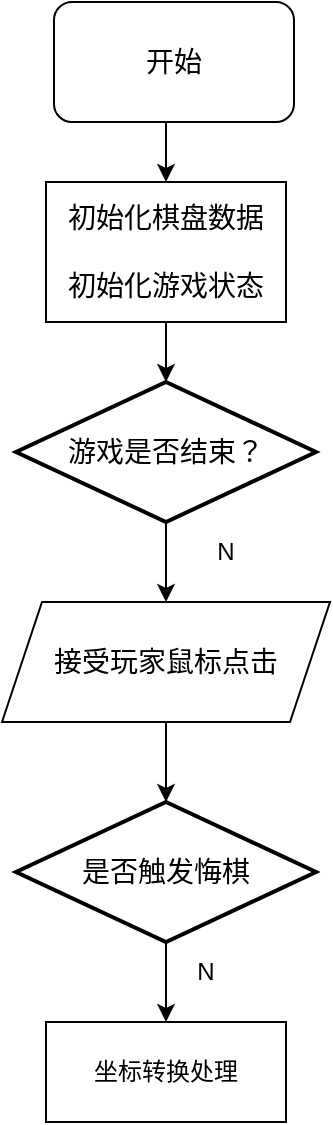
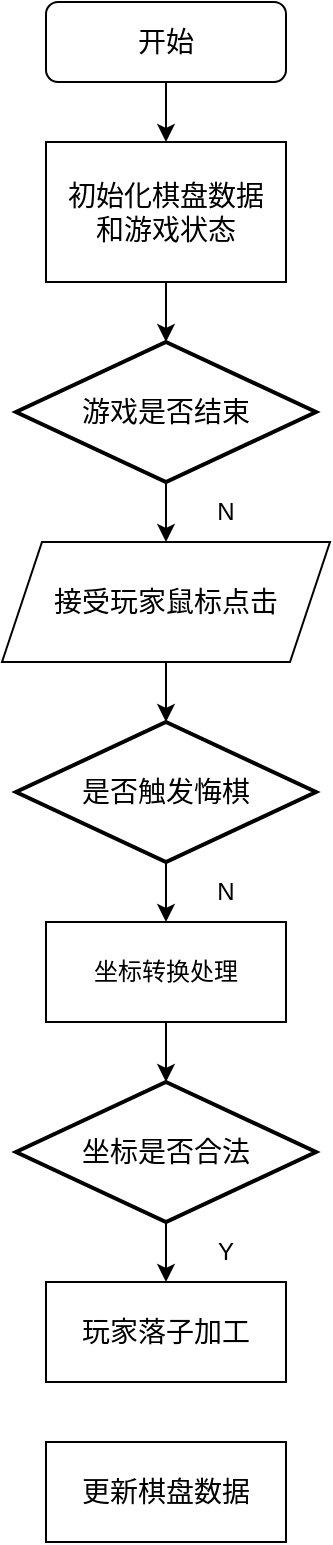
<mxfile host="app.diagrams.net">
  <diagram name="Page-1" id="Ut53iUmTTLsHKbGdxMO9">
    <mxGraphModel dx="2054" dy="1198" grid="1" gridSize="10" guides="1" tooltips="1" connect="1" arrows="1" fold="1" page="1" pageScale="1" pageWidth="827" pageHeight="1169" math="0" shadow="0">
      <root>
        <mxCell id="0" />
        <mxCell id="1" parent="0" />
        <mxCell id="LBzLqDpE-ghOYlSVNWWL-11" edge="1" parent="1" source="LBzLqDpE-ghOYlSVNWWL-4" style="edgeStyle=orthogonalEdgeStyle;rounded=0;orthogonalLoop=1;jettySize=auto;html=1;exitX=0.5;exitY=1;exitDx=0;exitDy=0;exitPerimeter=0;entryX=0.5;entryY=0;entryDx=0;entryDy=0;" target="LBzLqDpE-ghOYlSVNWWL-9">
          <mxGeometry relative="1" as="geometry" />
        </mxCell>
-         <mxCell id="LBzLqDpE-ghOYlSVNWWL-4" parent="1" style="strokeWidth=2;html=1;shape=mxgraph.flowchart.decision;whiteSpace=wrap;" value="&lt;font style=&quot;font-size: 14px;&quot;&gt;游戏是否结束？&lt;/font&gt;" vertex="1">
-           <mxGeometry height="70" width="150" x="215" y="210" as="geometry" />
+         <mxCell id="LBzLqDpE-ghOYlSVNWWL-4" parent="1" style="strokeWidth=2;html=1;shape=mxgraph.flowchart.decision;whiteSpace=wrap;" value="&lt;font style=&quot;font-size: 14px;&quot;&gt;游戏是否结束&lt;/font&gt;" vertex="1">
+           <mxGeometry height="70" width="150" x="219" y="180" as="geometry" />
        </mxCell>
        <mxCell id="LBzLqDpE-ghOYlSVNWWL-5" edge="1" parent="1" source="LBzLqDpE-ghOYlSVNWWL-6" style="edgeStyle=orthogonalEdgeStyle;rounded=0;orthogonalLoop=1;jettySize=auto;html=1;exitX=0.5;exitY=1;exitDx=0;exitDy=0;entryX=0.5;entryY=0;entryDx=0;entryDy=0;entryPerimeter=0;" target="LBzLqDpE-ghOYlSVNWWL-4">
          <mxGeometry relative="1" as="geometry">
            <mxPoint x="414" y="200" as="sourcePoint" />
          </mxGeometry>
        </mxCell>
-         <mxCell id="LBzLqDpE-ghOYlSVNWWL-6" parent="1" style="rounded=0;whiteSpace=wrap;html=1;" value="&lt;font style=&quot;font-size: 14px;&quot;&gt;初始化棋盘数据&lt;/font&gt;&lt;div&gt;&lt;font style=&quot;font-size: 14px;&quot;&gt;&lt;br&gt;&lt;/font&gt;&lt;/div&gt;&lt;div&gt;&lt;font style=&quot;font-size: 14px;&quot;&gt;初始化游戏状态&lt;/font&gt;&lt;/div&gt;" vertex="1">
-           <mxGeometry height="70" width="120" x="230" y="110" as="geometry" />
+         <mxCell id="LBzLqDpE-ghOYlSVNWWL-6" parent="1" style="rounded=0;whiteSpace=wrap;html=1;" value="&lt;font style=&quot;font-size: 14px;&quot;&gt;初始化棋盘数据&lt;/font&gt;&lt;div&gt;&lt;span style=&quot;font-size: 14px; background-color: transparent; color: light-dark(rgb(0, 0, 0), rgb(255, 255, 255));&quot;&gt;和游戏状态&lt;/span&gt;&lt;/div&gt;" vertex="1">
+           <mxGeometry height="70" width="120" x="234" y="80" as="geometry" />
        </mxCell>
        <mxCell id="LBzLqDpE-ghOYlSVNWWL-8" edge="1" parent="1" source="LBzLqDpE-ghOYlSVNWWL-7" style="edgeStyle=orthogonalEdgeStyle;rounded=0;orthogonalLoop=1;jettySize=auto;html=1;exitX=0.5;exitY=1;exitDx=0;exitDy=0;entryX=0.5;entryY=0;entryDx=0;entryDy=0;" target="LBzLqDpE-ghOYlSVNWWL-6">
          <mxGeometry relative="1" as="geometry" />
        </mxCell>
        <mxCell id="LBzLqDpE-ghOYlSVNWWL-7" parent="1" style="rounded=1;whiteSpace=wrap;html=1;" value="&lt;font style=&quot;font-size: 14px;&quot;&gt;开始&lt;/font&gt;" vertex="1">
-           <mxGeometry height="60" width="120" x="234" y="20" as="geometry" />
+           <mxGeometry height="40" width="120" x="234" y="10" as="geometry" />
        </mxCell>
        <mxCell id="LBzLqDpE-ghOYlSVNWWL-9" parent="1" style="shape=parallelogram;perimeter=parallelogramPerimeter;whiteSpace=wrap;html=1;fixedSize=1;" value="&lt;font style=&quot;font-size: 14px;&quot;&gt;接受玩家鼠标点击&lt;/font&gt;" vertex="1">
-           <mxGeometry height="60" width="164" x="208" y="320" as="geometry" />
+           <mxGeometry height="60" width="164" x="212" y="280" as="geometry" />
        </mxCell>
        <mxCell id="LBzLqDpE-ghOYlSVNWWL-12" parent="1" style="text;html=1;whiteSpace=wrap;strokeColor=none;fillColor=none;align=center;verticalAlign=middle;rounded=0;" value="N" vertex="1">
-           <mxGeometry height="30" width="60" x="290" y="280" as="geometry" />
+           <mxGeometry height="30" width="60" x="294" y="250" as="geometry" />
        </mxCell>
        <mxCell id="LBzLqDpE-ghOYlSVNWWL-16" edge="1" parent="1" source="LBzLqDpE-ghOYlSVNWWL-13" style="edgeStyle=orthogonalEdgeStyle;rounded=0;orthogonalLoop=1;jettySize=auto;html=1;exitX=0.5;exitY=1;exitDx=0;exitDy=0;exitPerimeter=0;entryX=0.5;entryY=0;entryDx=0;entryDy=0;" target="LBzLqDpE-ghOYlSVNWWL-15">
          <mxGeometry relative="1" as="geometry" />
        </mxCell>
        <mxCell id="LBzLqDpE-ghOYlSVNWWL-13" parent="1" style="strokeWidth=2;html=1;shape=mxgraph.flowchart.decision;whiteSpace=wrap;" value="&lt;font style=&quot;font-size: 14px;&quot;&gt;是否触发悔棋&lt;/font&gt;" vertex="1">
-           <mxGeometry height="70" width="150" x="215" y="420" as="geometry" />
+           <mxGeometry height="70" width="150" x="219" y="370" as="geometry" />
        </mxCell>
        <mxCell id="LBzLqDpE-ghOYlSVNWWL-14" edge="1" parent="1" source="LBzLqDpE-ghOYlSVNWWL-9" style="edgeStyle=orthogonalEdgeStyle;rounded=0;orthogonalLoop=1;jettySize=auto;html=1;exitX=0.5;exitY=1;exitDx=0;exitDy=0;entryX=0.5;entryY=0;entryDx=0;entryDy=0;entryPerimeter=0;" target="LBzLqDpE-ghOYlSVNWWL-13">
          <mxGeometry relative="1" as="geometry" />
        </mxCell>
        <mxCell id="LBzLqDpE-ghOYlSVNWWL-15" parent="1" style="rounded=0;whiteSpace=wrap;html=1;" value="坐标转换处理" vertex="1">
-           <mxGeometry height="50" width="120" x="230" y="530" as="geometry" />
+           <mxGeometry height="50" width="120" x="234" y="470" as="geometry" />
        </mxCell>
        <mxCell id="LBzLqDpE-ghOYlSVNWWL-17" parent="1" style="text;html=1;whiteSpace=wrap;strokeColor=none;fillColor=none;align=center;verticalAlign=middle;rounded=0;" value="N" vertex="1">
-           <mxGeometry height="30" width="60" x="280" y="490" as="geometry" />
+           <mxGeometry height="30" width="60" x="294" y="440" as="geometry" />
+         </mxCell>
+         <mxCell id="LBzLqDpE-ghOYlSVNWWL-22" edge="1" parent="1" source="LBzLqDpE-ghOYlSVNWWL-18" style="edgeStyle=orthogonalEdgeStyle;rounded=0;orthogonalLoop=1;jettySize=auto;html=1;exitX=0.5;exitY=1;exitDx=0;exitDy=0;exitPerimeter=0;entryX=0.5;entryY=0;entryDx=0;entryDy=0;" target="LBzLqDpE-ghOYlSVNWWL-21">
+           <mxGeometry relative="1" as="geometry" />
+         </mxCell>
+         <mxCell id="LBzLqDpE-ghOYlSVNWWL-18" parent="1" style="strokeWidth=2;html=1;shape=mxgraph.flowchart.decision;whiteSpace=wrap;" value="&lt;font style=&quot;font-size: 14px;&quot;&gt;坐标是否合法&lt;/font&gt;" vertex="1">
+           <mxGeometry height="70" width="150" x="219" y="550" as="geometry" />
+         </mxCell>
+         <mxCell id="LBzLqDpE-ghOYlSVNWWL-20" edge="1" parent="1" source="LBzLqDpE-ghOYlSVNWWL-15" style="edgeStyle=orthogonalEdgeStyle;rounded=0;orthogonalLoop=1;jettySize=auto;html=1;exitX=0.5;exitY=1;exitDx=0;exitDy=0;entryX=0.5;entryY=0;entryDx=0;entryDy=0;entryPerimeter=0;" target="LBzLqDpE-ghOYlSVNWWL-18">
+           <mxGeometry relative="1" as="geometry" />
+         </mxCell>
+         <mxCell id="LBzLqDpE-ghOYlSVNWWL-21" parent="1" style="rounded=0;whiteSpace=wrap;html=1;" value="&lt;font style=&quot;font-size: 14px;&quot;&gt;玩家落子加工&lt;/font&gt;" vertex="1">
+           <mxGeometry height="50" width="120" x="234" y="650" as="geometry" />
+         </mxCell>
+         <mxCell id="LBzLqDpE-ghOYlSVNWWL-23" parent="1" style="text;html=1;whiteSpace=wrap;strokeColor=none;fillColor=none;align=center;verticalAlign=middle;rounded=0;" value="Y" vertex="1">
+           <mxGeometry height="30" width="60" x="294" y="620" as="geometry" />
+         </mxCell>
+         <mxCell id="LBzLqDpE-ghOYlSVNWWL-24" parent="1" style="rounded=0;whiteSpace=wrap;html=1;" value="&lt;font style=&quot;font-size: 14px;&quot;&gt;更新棋盘数据&lt;/font&gt;" vertex="1">
+           <mxGeometry height="50" width="120" x="234" y="730" as="geometry" />
        </mxCell>
      </root>
    </mxGraphModel>
  </diagram>
</mxfile>
